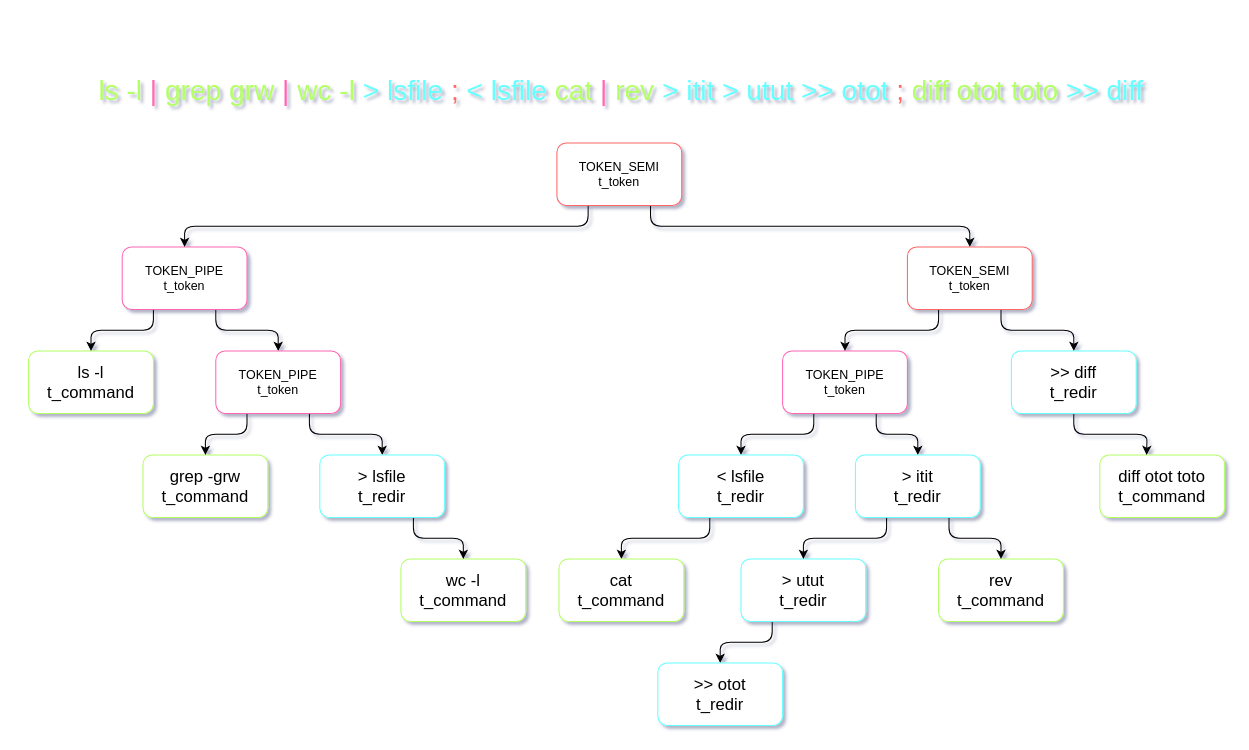
Above: page "woaw" (1 of 4) of tree.drawio in Pillowin/minishell (draw.io), before the change. Source tidied: cells renumbered, new cells numbered last; positions are measured from the earlier drawing's top-left corner, leaving out a move shared by most shapes. Both pictures are drawn from the tidied source at 104%, with x=0, y=0 at pixel (18, 18).
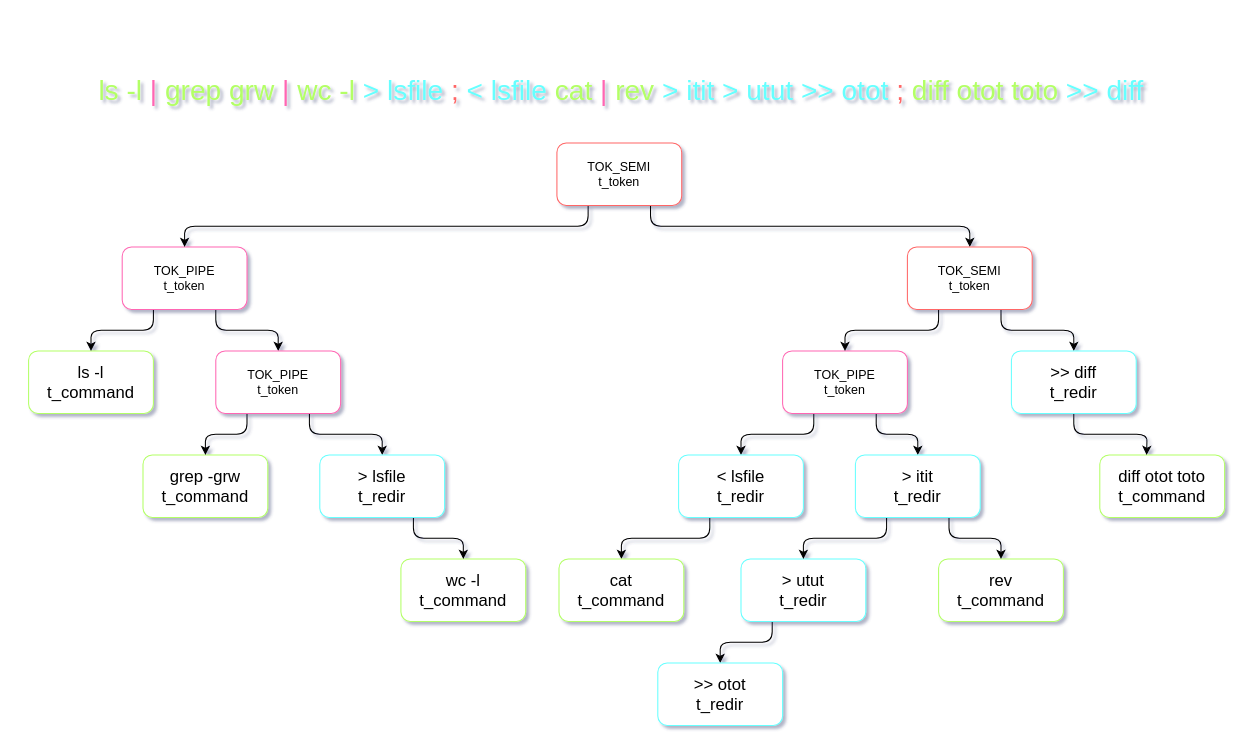
The same diagram, later.

Change to the diagram source:
```diff
@@
-    <mxCell id="4" value="TOKEN_PIPE&lt;br&gt;t_token" style="whiteSpace=wrap;html=1;strokeColor=#FF66B3;rounded=1;" parent="1" vertex="1">
+    <mxCell id="4" value="TOK_PIPE&lt;br&gt;t_token" style="whiteSpace=wrap;html=1;strokeColor=#FF66B3;rounded=1;" parent="1" vertex="1">
       <mxGeometry x="735" y="320" width="120" height="60" as="geometry" />
     </mxCell>
@@
-    <mxCell id="14" value="TOKEN_PIPE&lt;br&gt;t_token" style="whiteSpace=wrap;html=1;strokeColor=#FF66B3;rounded=1;" parent="1" vertex="1">
+    <mxCell id="14" value="TOK_PIPE&lt;br&gt;t_token" style="whiteSpace=wrap;html=1;strokeColor=#FF66B3;rounded=1;" parent="1" vertex="1">
       <mxGeometry x="100" y="220" width="120" height="60" as="geometry" />
     </mxCell>
@@
-    <mxCell id="17" value="TOKEN_PIPE&lt;br&gt;t_token" style="whiteSpace=wrap;html=1;strokeColor=#FF66B3;rounded=1;" parent="1" vertex="1">
+    <mxCell id="17" value="TOK_PIPE&lt;br&gt;t_token" style="whiteSpace=wrap;html=1;strokeColor=#FF66B3;rounded=1;" parent="1" vertex="1">
       <mxGeometry x="190" y="320" width="120" height="60" as="geometry" />
     </mxCell>
@@
-    <mxCell id="20" value="TOKEN_SEMI&lt;br&gt;t_token" style="whiteSpace=wrap;html=1;strokeColor=#FF6666;rounded=1;" parent="1" vertex="1">
+    <mxCell id="20" value="TOK_SEMI&lt;br&gt;t_token" style="whiteSpace=wrap;html=1;strokeColor=#FF6666;rounded=1;" parent="1" vertex="1">
       <mxGeometry x="518" y="120" width="120" height="60" as="geometry" />
     </mxCell>
@@
-    <mxCell id="23" value="TOKEN_SEMI&lt;br&gt;t_token" style="whiteSpace=wrap;html=1;strokeColor=#FF6666;rounded=1;" parent="1" vertex="1">
+    <mxCell id="23" value="TOK_SEMI&lt;br&gt;t_token" style="whiteSpace=wrap;html=1;strokeColor=#FF6666;rounded=1;" parent="1" vertex="1">
       <mxGeometry x="855" y="220" width="120" height="60" as="geometry" />
     </mxCell>
```
